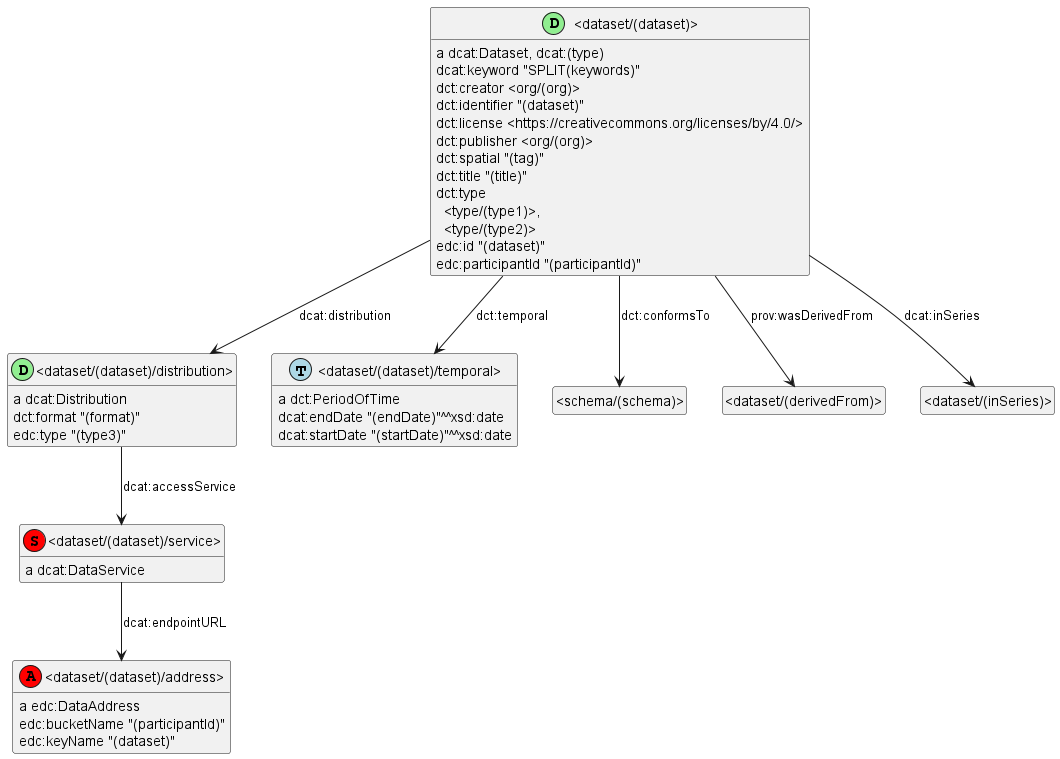
The PlantUML diagram dataset-extra.png in underpin-project/model, before a commit.
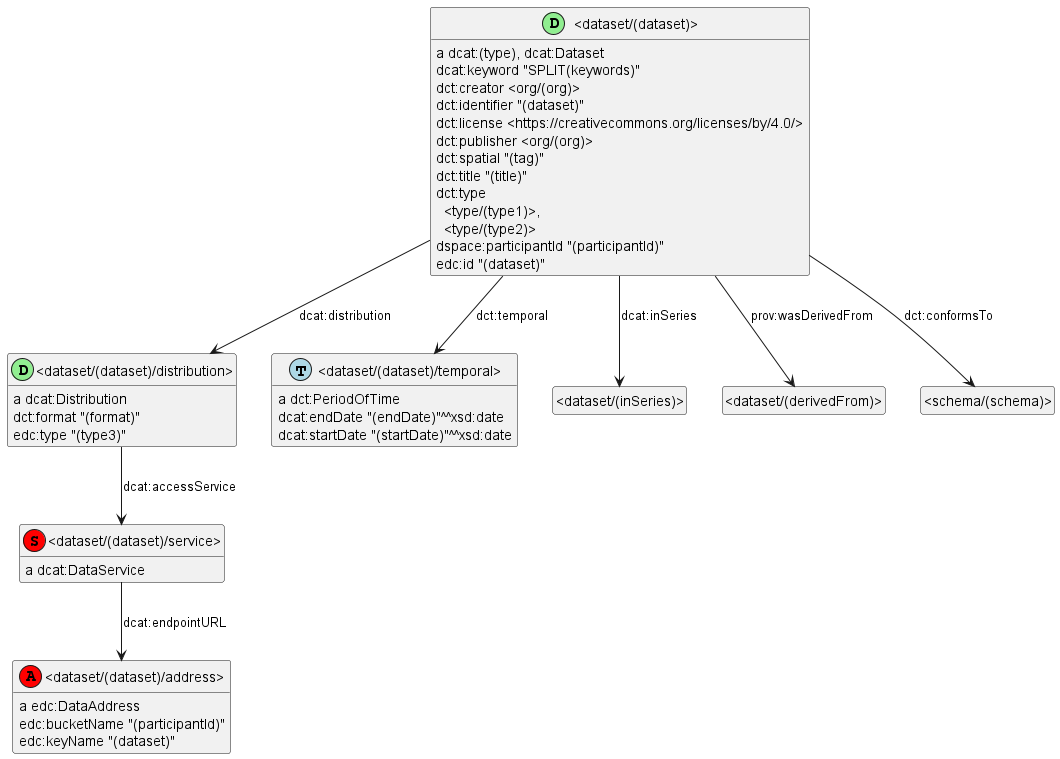
Later version of the same file.

Diff of the diagram source:
```diff
@@ -17,15 +17,21 @@
 class _dataset_dataset_address_ as "<dataset/(dataset)/address>"
 class _dataset_dataset_address_ <<(A,red)>>
 show _dataset_dataset_address_ circle
-_dataset_dataset_ : {field} a dcat:Dataset, dcat:(type)
-_dataset_dataset_ -down-> _dataset_dataset_distribution_ : dcat:distribution
-class _schema_schema_ as "<schema/(schema)>"
-_dataset_dataset_ -down-> _schema_schema_ : dct:conformsTo
-class _dataset_derivedFrom_ as "<dataset/(derivedFrom)>"
-_dataset_dataset_ -down-> _dataset_derivedFrom_ : prov:wasDerivedFrom
+_dataset_dataset_temporal_ : {field} a dct:PeriodOfTime
+_dataset_dataset_temporal_ : {field} dcat:endDate "(endDate)"^^xsd:date
+_dataset_dataset_temporal_ : {field} dcat:startDate "(startDate)"^^xsd:date
+_dataset_dataset_address_ : {field} a edc:DataAddress
+_dataset_dataset_address_ : {field} edc:bucketName "(participantId)"
+_dataset_dataset_address_ : {field} edc:keyName "(dataset)"
+_dataset_dataset_ : {field} a dcat:(type), dcat:Dataset
 class _dataset_inSeries_ as "<dataset/(inSeries)>"
 _dataset_dataset_ -down-> _dataset_inSeries_ : dcat:inSeries
 _dataset_dataset_ -down-> _dataset_dataset_temporal_ : dct:temporal
+class _dataset_derivedFrom_ as "<dataset/(derivedFrom)>"
+_dataset_dataset_ -down-> _dataset_derivedFrom_ : prov:wasDerivedFrom
+class _schema_schema_ as "<schema/(schema)>"
+_dataset_dataset_ -down-> _schema_schema_ : dct:conformsTo
+_dataset_dataset_ -down-> _dataset_dataset_distribution_ : dcat:distribution
 _dataset_dataset_ : {field} dcat:keyword "SPLIT(keywords)"
 _dataset_dataset_ : {field} dct:creator <org/(org)>
 _dataset_dataset_ : {field} dct:identifier "(dataset)"
@@ -34,18 +40,12 @@
 _dataset_dataset_ : {field} dct:spatial "(tag)"
 _dataset_dataset_ : {field} dct:title "(title)"
 _dataset_dataset_ : {field} dct:type\n  <type/(type1)>,\n  <type/(type2)>
+_dataset_dataset_ : {field} dspace:participantId "(participantId)"
 _dataset_dataset_ : {field} edc:id "(dataset)"
-_dataset_dataset_ : {field} edc:participantId "(participantId)"
 _dataset_dataset_distribution_ : {field} a dcat:Distribution
 _dataset_dataset_distribution_ -down-> _dataset_dataset_service_ : dcat:accessService
 _dataset_dataset_distribution_ : {field} dct:format "(format)"
 _dataset_dataset_distribution_ : {field} edc:type "(type3)"
-_dataset_dataset_address_ : {field} a edc:DataAddress
-_dataset_dataset_address_ : {field} edc:bucketName "(participantId)"
-_dataset_dataset_address_ : {field} edc:keyName "(dataset)"
 _dataset_dataset_service_ : {field} a dcat:DataService
 _dataset_dataset_service_ -down-> _dataset_dataset_address_ : dcat:endpointURL
-_dataset_dataset_temporal_ : {field} a dct:PeriodOfTime
-_dataset_dataset_temporal_ : {field} dcat:endDate "(endDate)"^^xsd:date
-_dataset_dataset_temporal_ : {field} dcat:startDate "(startDate)"^^xsd:date
 @enduml
```
